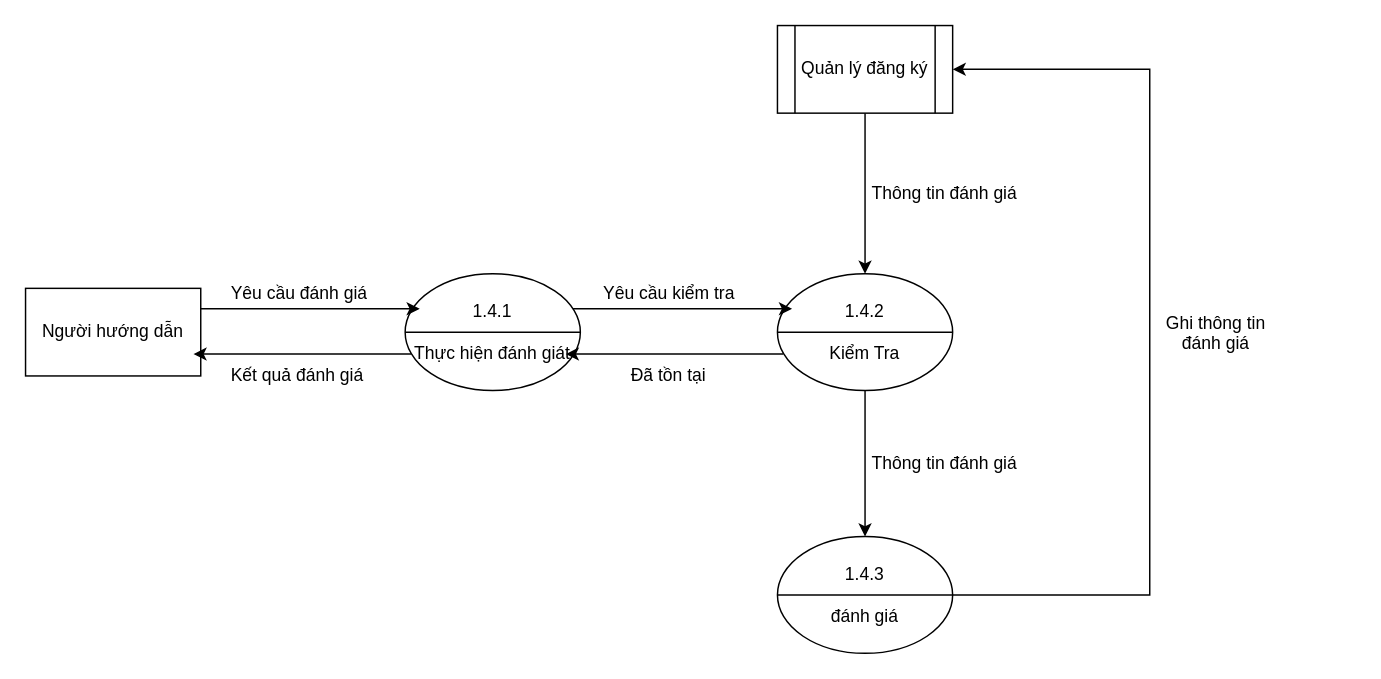
tronghao/DaAnCSDL keeps this draw.io diagram as PTTK HTTT/DFD/MH_DFD_(2)_4.drawio. Above is the earlier version. Source tidied: cells renumbered, new cells numbered last; positions are measured from the earlier drawing's top-left corner, leaving out a move shared by most shapes. Both pictures are drawn from the tidied source at 146%, with x=0, y=0 at pixel (25, 25).
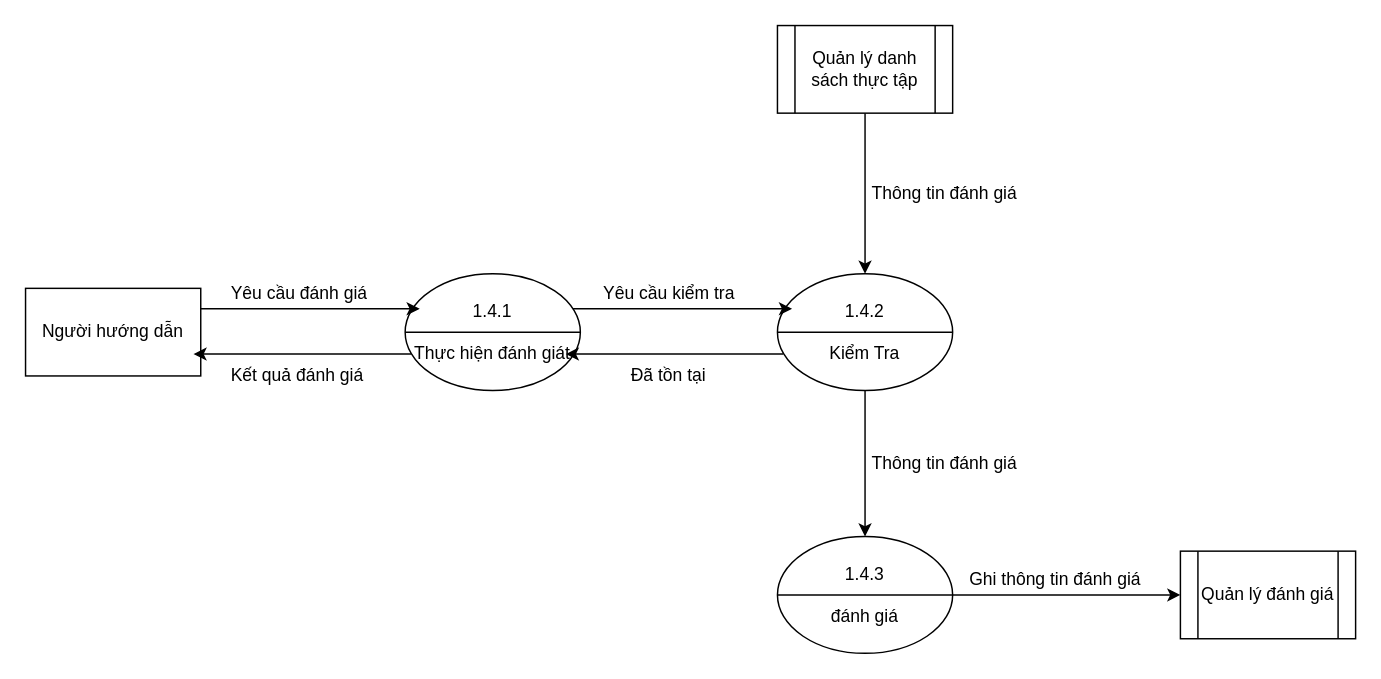
After the change.

The change refers to these unchanged cells:
```xml
<mxCell id="8" value="1.4.3&lt;br&gt;&lt;br&gt;đánh giá" style="ellipse;whiteSpace=wrap;html=1;" parent="1" vertex="1">
  <mxGeometry x="515" y="350" width="120" height="80" as="geometry" />
</mxCell>
```

The edit, as a diff of the source:
```diff
@@
-    <mxCell id="7" style="edgeStyle=orthogonalEdgeStyle;rounded=0;jettySize=auto;html=1;entryX=1;entryY=0.5;entryDx=0;entryDy=0;" parent="1" edge="1" source="8" target="20">
+    <mxCell id="7" style="edgeStyle=orthogonalEdgeStyle;rounded=0;jettySize=auto;html=1;entryX=0;entryY=0.5;entryDx=0;entryDy=0;" parent="1" edge="1" source="8" target="24">
       <mxGeometry relative="1" as="geometry">
         <Array as="points">
           <mxPoint x="770" y="390" />
-          <mxPoint x="770" y="30" />
+          <mxPoint x="770" y="390" />
         </Array>
       </mxGeometry>
     </mxCell>
@@
-    <mxCell id="20" value="Quản lý đăng ký" style="shape=process;whiteSpace=wrap;html=1;backgroundOutline=1;" parent="1" vertex="1">
+    <mxCell id="20" value="Quản lý danh sách thực tập" style="shape=process;whiteSpace=wrap;html=1;backgroundOutline=1;" parent="1" vertex="1">
       <mxGeometry x="515" width="120" height="60" as="geometry" />
     </mxCell>
@@
-    <mxCell id="23" value="Ghi thông tin &lt;br&gt;đánh giá" style="text;html=1;align=center;verticalAlign=top;spacingTop=-4;" parent="1" vertex="1">
-      <mxGeometry x="770" y="194" width="90" height="30" as="geometry" />
+    <mxCell id="23" value="Ghi thông tin đánh giá" style="text;html=1;align=center;verticalAlign=top;spacingTop=-4;" parent="1" vertex="1">
+      <mxGeometry x="640" y="370" width="130" height="20" as="geometry" />
     </mxCell>
+    <mxCell id="24" value="Quản lý đánh giá" style="shape=process;whiteSpace=wrap;html=1;backgroundOutline=1;" parent="1" vertex="1">
+      <mxGeometry x="791" y="360" width="120" height="60" as="geometry" />
+    </mxCell>
```
